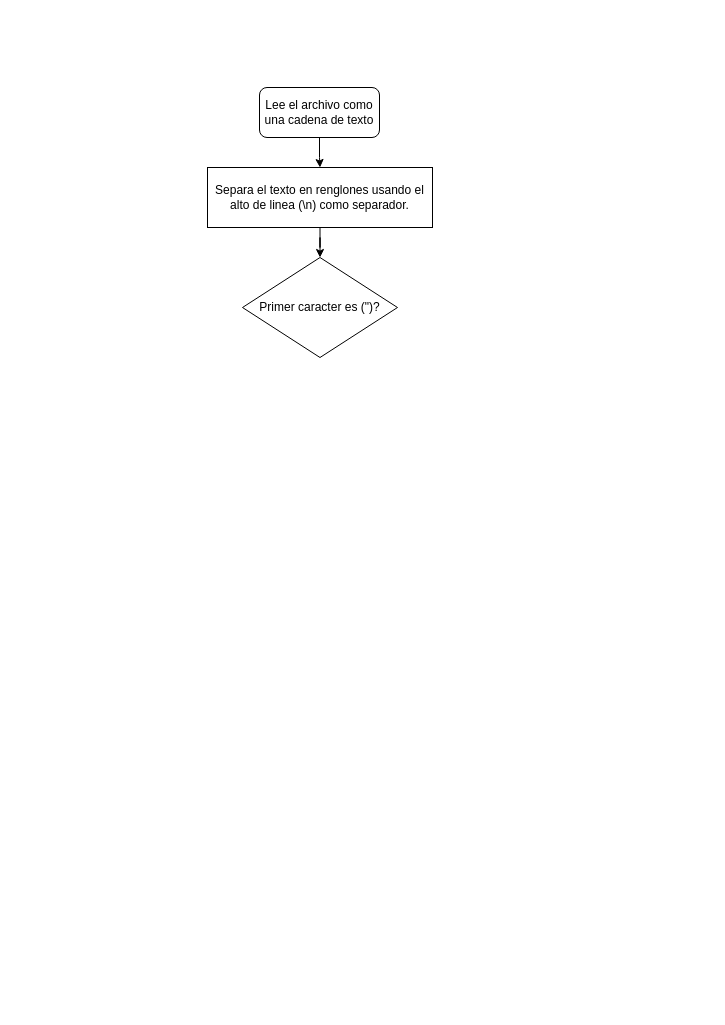
JenniferNevarez/Diagrams keeps this draw.io diagram as Untitled Diagram.drawio. Above is the earlier version. Source tidied: cells renumbered, new cells numbered last; positions are measured from the earlier drawing's top-left corner, leaving out a move shared by most shapes. Both pictures are drawn from the tidied source at 100%, with x=0, y=0 at pixel (207, 87).
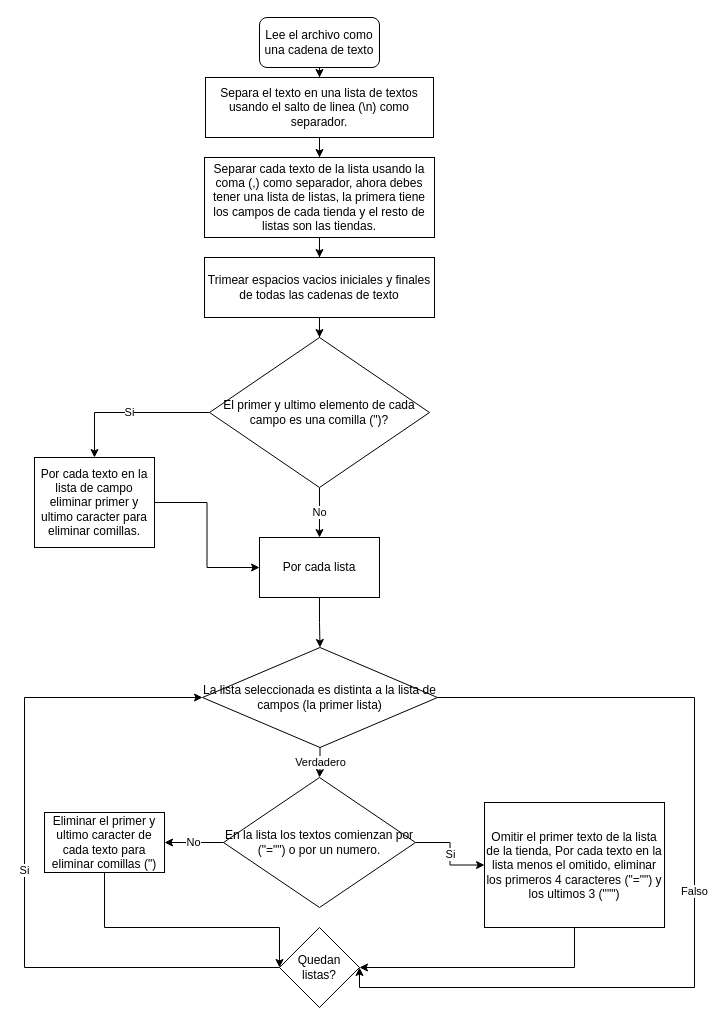
The same diagram, later.

Commit message:
Limpiar Formatos

The edit, as a diff of the source:
```diff
@@
     <mxCell id="3" value="Lee el archivo como una cadena de texto" style="rounded=1;whiteSpace=wrap;html=1;" parent="1" vertex="1">
-      <mxGeometry x="52" width="120" height="50" as="geometry" />
+      <mxGeometry x="52" y="-70" width="120" height="50" as="geometry" />
     </mxCell>
+    <mxCell id="7" value="Si" style="edgeStyle=orthogonalEdgeStyle;rounded=0;jettySize=auto;html=1;entryX=0;entryY=0.5;entryDx=0;entryDy=0;" parent="1" edge="1" source="4" target="20">
+      <mxGeometry relative="1" as="geometry" />
+    </mxCell>
+    <mxCell id="8" value="No" style="edgeStyle=orthogonalEdgeStyle;rounded=0;jettySize=auto;html=1;entryX=1;entryY=0.5;entryDx=0;entryDy=0;" parent="1" edge="1" source="4" target="29">
+      <mxGeometry relative="1" as="geometry" />
+    </mxCell>
-    <mxCell id="4" value="Primer caracter es (&quot;)?" style="rhombus;whiteSpace=wrap;html=1;" parent="1" vertex="1">
-      <mxGeometry x="35" y="170" width="155" height="100" as="geometry" />
+    <mxCell id="4" value="En la lista los textos comienzan por (&quot;=&quot;&quot;) o por un numero." style="rhombus;whiteSpace=wrap;html=1;" parent="1" vertex="1">
+      <mxGeometry x="16" y="690" width="192" height="130" as="geometry" />
     </mxCell>
-    <mxCell id="5" style="edgeStyle=orthogonalEdgeStyle;rounded=0;jettySize=auto;html=1;entryX=0.5;entryY=0;entryDx=0;entryDy=0;" parent="1" edge="1" source="6" target="4">
-      <mxGeometry relative="1" as="geometry" />
-    </mxCell>
+    <mxCell id="9" style="edgeStyle=orthogonalEdgeStyle;rounded=0;jettySize=auto;html=1;entryX=0.5;entryY=0;entryDx=0;entryDy=0;" parent="1" edge="1" source="6" target="11">
+      <mxGeometry relative="1" as="geometry" />
+    </mxCell>
-    <mxCell id="6" value="Separa el texto en renglones usando el alto de linea (\n) como separador." style="rounded=0;whiteSpace=wrap;html=1;" parent="1" vertex="1">
-      <mxGeometry y="80" width="225" height="60" as="geometry" />
+    <mxCell id="6" value="Separa el texto en una lista de textos usando el salto de linea (\n) como separador." style="rounded=0;whiteSpace=wrap;html=1;" parent="1" vertex="1">
+      <mxGeometry x="-2" y="-10" width="228" height="60" as="geometry" />
     </mxCell>
+    <mxCell id="10" style="edgeStyle=orthogonalEdgeStyle;rounded=0;jettySize=auto;html=1;entryX=0.5;entryY=0;entryDx=0;entryDy=0;" parent="1" edge="1" source="11" target="13">
+      <mxGeometry relative="1" as="geometry" />
+    </mxCell>
+    <mxCell id="11" value="Separar cada texto de la lista usando la coma (,) como separador, ahora debes tener una lista de listas, la primera tiene los campos de cada tienda y el resto de listas son las tiendas." style="rounded=0;whiteSpace=wrap;html=1;" parent="1" vertex="1">
+      <mxGeometry x="-3" y="70" width="230" height="80" as="geometry" />
+    </mxCell>
+    <mxCell id="12" style="edgeStyle=orthogonalEdgeStyle;rounded=0;jettySize=auto;html=1;entryX=0.5;entryY=0;entryDx=0;entryDy=0;" parent="1" edge="1" source="13" target="16">
+      <mxGeometry relative="1" as="geometry" />
+    </mxCell>
+    <mxCell id="13" value="Trimear espacios vacios iniciales y finales de todas las cadenas de texto" style="rounded=0;whiteSpace=wrap;html=1;" parent="1" vertex="1">
+      <mxGeometry x="-3" y="170" width="230" height="60" as="geometry" />
+    </mxCell>
+    <mxCell id="14" value="Si" style="edgeStyle=orthogonalEdgeStyle;rounded=0;jettySize=auto;html=1;entryX=0.5;entryY=0;entryDx=0;entryDy=0;" parent="1" edge="1" source="16" target="18">
+      <mxGeometry relative="1" as="geometry" />
+    </mxCell>
+    <mxCell id="15" value="No" style="edgeStyle=orthogonalEdgeStyle;rounded=0;jettySize=auto;html=1;entryX=0.5;entryY=0;entryDx=0;entryDy=0;" parent="1" edge="1" source="16" target="22">
+      <mxGeometry relative="1" as="geometry" />
+    </mxCell>
+    <mxCell id="16" value="El primer y ultimo elemento de cada campo es una comilla (&quot;)?" style="rhombus;whiteSpace=wrap;html=1;" parent="1" vertex="1">
+      <mxGeometry x="2" y="250" width="220" height="150" as="geometry" />
+    </mxCell>
+    <mxCell id="17" style="edgeStyle=orthogonalEdgeStyle;rounded=0;jettySize=auto;html=1;entryX=0;entryY=0.5;entryDx=0;entryDy=0;" parent="1" edge="1" source="18" target="22">
+      <mxGeometry relative="1" as="geometry" />
+    </mxCell>
+    <mxCell id="18" value="Por cada texto en la lista de campo eliminar primer y ultimo caracter para eliminar comillas." style="rounded=0;whiteSpace=wrap;html=1;" parent="1" vertex="1">
+      <mxGeometry x="-173" y="370" width="120" height="90" as="geometry" />
+    </mxCell>
+    <mxCell id="19" style="edgeStyle=orthogonalEdgeStyle;rounded=0;jettySize=auto;html=1;" parent="1" edge="1" source="20" target="26">
+      <mxGeometry relative="1" as="geometry">
+        <Array as="points">
+          <mxPoint x="367" y="880" />
+        </Array>
+      </mxGeometry>
+    </mxCell>
+    <mxCell id="20" value="Omitir el primer texto de la lista de la tienda, Por cada texto en la lista menos el omitido, eliminar los primeros 4 caracteres (&quot;=&quot;&quot;) y los ultimos 3 (&quot;&quot;&quot;)" style="rounded=0;whiteSpace=wrap;html=1;" parent="1" vertex="1">
+      <mxGeometry x="277" y="715" width="180" height="125" as="geometry" />
+    </mxCell>
+    <mxCell id="21" style="edgeStyle=orthogonalEdgeStyle;rounded=0;jettySize=auto;html=1;" parent="1" edge="1" source="22" target="24">
+      <mxGeometry relative="1" as="geometry" />
+    </mxCell>
+    <mxCell id="22" value="Por cada lista" style="rounded=0;whiteSpace=wrap;html=1;" parent="1" vertex="1">
+      <mxGeometry x="52" y="450" width="120" height="60" as="geometry" />
+    </mxCell>
+    <mxCell id="23" value="Verdadero" style="edgeStyle=orthogonalEdgeStyle;rounded=0;jettySize=auto;html=1;entryX=0.5;entryY=0;entryDx=0;entryDy=0;" parent="1" edge="1" source="24" target="4">
+      <mxGeometry relative="1" as="geometry" />
+    </mxCell>
+    <mxCell id="24" value="La lista seleccionada es distinta a la lista de campos (la primer lista)" style="rhombus;whiteSpace=wrap;html=1;rounded=0;" parent="1" vertex="1">
+      <mxGeometry x="-5" y="560" width="235" height="100" as="geometry" />
+    </mxCell>
+    <mxCell id="25" value="Si" style="edgeStyle=orthogonalEdgeStyle;rounded=0;jettySize=auto;html=1;entryX=0;entryY=0.5;entryDx=0;entryDy=0;" parent="1" edge="1" source="26" target="24">
+      <mxGeometry relative="1" as="geometry">
+        <Array as="points">
+          <mxPoint x="-183" y="880" />
+          <mxPoint x="-183" y="610" />
+        </Array>
+      </mxGeometry>
+    </mxCell>
+    <mxCell id="26" value="Quedan listas?" style="rhombus;whiteSpace=wrap;html=1;rounded=0;" parent="1" vertex="1">
+      <mxGeometry x="72" y="840" width="80" height="80" as="geometry" />
+    </mxCell>
+    <mxCell id="27" value="Falso" style="edgeStyle=orthogonalEdgeStyle;rounded=0;jettySize=auto;html=1;entryX=1;entryY=0.5;entryDx=0;entryDy=0;" parent="1" edge="1" source="24" target="26">
+      <mxGeometry relative="1" as="geometry">
+        <Array as="points">
+          <mxPoint x="487" y="610" />
+          <mxPoint x="487" y="900" />
+        </Array>
+      </mxGeometry>
+    </mxCell>
+    <mxCell id="28" style="edgeStyle=orthogonalEdgeStyle;rounded=0;jettySize=auto;html=1;entryX=0;entryY=0.5;entryDx=0;entryDy=0;" parent="1" edge="1" source="29" target="26">
+      <mxGeometry relative="1" as="geometry">
+        <Array as="points">
+          <mxPoint x="-103" y="840" />
+          <mxPoint x="72" y="840" />
+        </Array>
+      </mxGeometry>
+    </mxCell>
+    <mxCell id="29" value="Eliminar el primer y ultimo caracter de cada texto para eliminar comillas (&quot;)" style="rounded=0;whiteSpace=wrap;html=1;" parent="1" vertex="1">
+      <mxGeometry x="-163" y="725" width="120" height="60" as="geometry" />
+    </mxCell>
```
